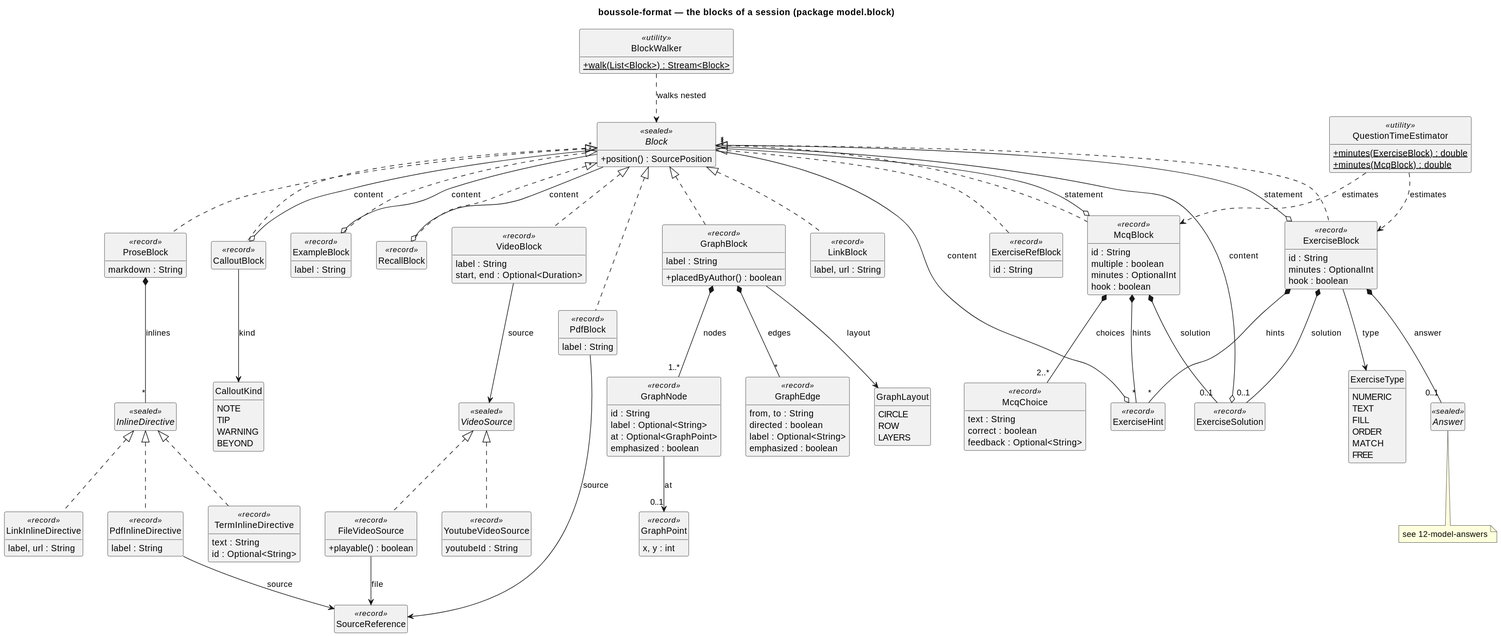
lucasssoh/Boussole keeps this PlantUML diagram as docs/diagrams/11-model-blocks.svg. Above is the earlier version. Source of this version:
```plantuml
@startuml
skinparam packageStyle rectangle
skinparam classAttributeIconSize 0
skinparam nodesep 40
skinparam ranksep 50
hide empty members
hide circle
title boussole-format — the blocks of a session (package model.block)

interface Block <<sealed>> {
  +position() : SourcePosition
}
class ProseBlock <<record>> {
  markdown : String
}
interface InlineDirective <<sealed>>
class TermInlineDirective <<record>> {
  text : String
  id : Optional<String>
}
class LinkInlineDirective <<record>> {
  label, url : String
}
class PdfInlineDirective <<record>> {
  label : String
}
class ExampleBlock <<record>> {
  label : String
}
class RecallBlock <<record>>
class CalloutBlock <<record>>
enum CalloutKind {
  NOTE
  TIP
  WARNING
  BEYOND
}
class VideoBlock <<record>> {
  label : String
  start, end : Optional<Duration>
}
interface VideoSource <<sealed>>
class YoutubeVideoSource <<record>> {
  youtubeId : String
}
class FileVideoSource <<record>> {
  +playable() : boolean
}
class PdfBlock <<record>> {
  label : String
}
class LinkBlock <<record>> {
  label, url : String
}
class GraphBlock <<record>> {
  label : String
  +placedByAuthor() : boolean
}
class GraphNode <<record>> {
  id : String
  label : Optional<String>
  at : Optional<GraphPoint>
  emphasized : boolean
}
class GraphEdge <<record>> {
  from, to : String
  directed : boolean
  label : Optional<String>
  emphasized : boolean
}
class GraphPoint <<record>> {
  x, y : int
}
enum GraphLayout {
  CIRCLE
  ROW
  LAYERS
}
class ExerciseBlock <<record>> {
  id : String
  minutes : OptionalInt
  hook : boolean
}
enum ExerciseType {
  NUMERIC
  TEXT
  FILL
  ORDER
  MATCH
  FREE
}
class McqBlock <<record>> {
  id : String
  multiple : boolean
  minutes : OptionalInt
  hook : boolean
}
class McqChoice <<record>> {
  text : String
  correct : boolean
  feedback : Optional<String>
}
class ExerciseHint <<record>>
class ExerciseSolution <<record>>
class ExerciseRefBlock <<record>> {
  id : String
}
class BlockWalker <<utility>> {
  +{static} walk(List<Block>) : Stream<Block>
}
class QuestionTimeEstimator <<utility>> {
  +{static} minutes(ExerciseBlock) : double
  +{static} minutes(McqBlock) : double
}
class SourceReference <<record>>
interface Answer <<sealed>>
note bottom of Answer : see 12-model-answers

Block <|.. ProseBlock
Block <|.. ExampleBlock
Block <|.. RecallBlock
Block <|.. CalloutBlock
Block <|.. VideoBlock
VideoBlock --> VideoSource : source
VideoSource <|.. YoutubeVideoSource
VideoSource <|.. FileVideoSource
FileVideoSource --> SourceReference : file
Block <|.. PdfBlock
Block <|.. GraphBlock
Block <|.. LinkBlock
GraphBlock *-- "1..*" GraphNode : nodes
GraphBlock *-- "*" GraphEdge : edges
GraphBlock --> GraphLayout : layout
GraphNode --> "0..1" GraphPoint : at
Block <|.. ExerciseBlock
Block <|.. McqBlock
Block <|.. ExerciseRefBlock

ProseBlock *-- "*" InlineDirective : inlines
InlineDirective <|.. TermInlineDirective
InlineDirective <|.. PdfInlineDirective
InlineDirective <|.. LinkInlineDirective
PdfInlineDirective --> SourceReference : source
PdfBlock --> SourceReference : source

ExampleBlock o-- "*" Block : content
RecallBlock o-- "*" Block : content
CalloutBlock o-- "*" Block : content
CalloutBlock --> CalloutKind : kind

ExerciseBlock --> ExerciseType : type
ExerciseBlock o-- "*" Block : statement
ExerciseBlock *-- "0..1" Answer : answer
ExerciseBlock *-- "*" ExerciseHint : hints
ExerciseBlock *-- "0..1" ExerciseSolution : solution
McqBlock o-- "*" Block : statement
McqBlock *-- "2..*" McqChoice : choices
McqBlock *-- "*" ExerciseHint : hints
McqBlock *-- "0..1" ExerciseSolution : solution
ExerciseHint o-- "*" Block : content
ExerciseSolution o-- "*" Block : content

BlockWalker ..> Block : walks nested
QuestionTimeEstimator ..> ExerciseBlock : estimates
QuestionTimeEstimator ..> McqBlock : estimates
@enduml
```
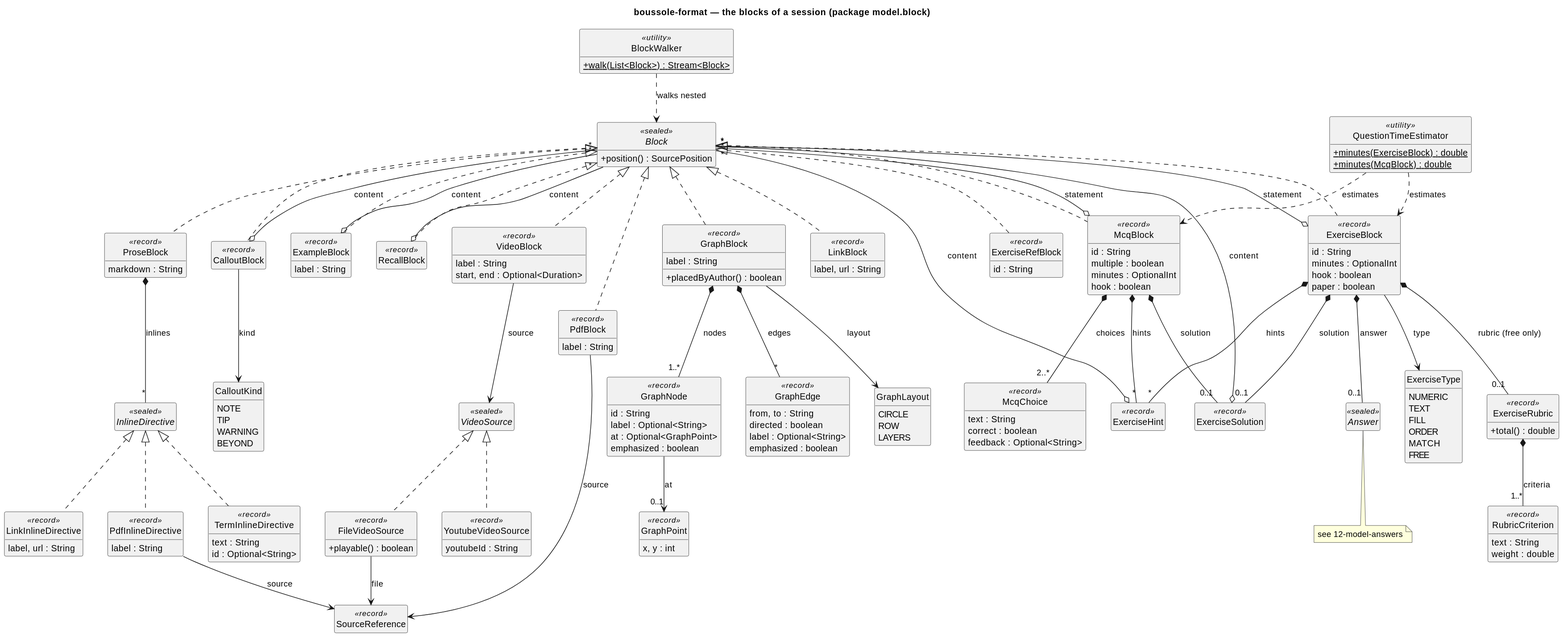
Later version of the same file.

Change to the diagram source:
```diff
@@ -80,6 +80,7 @@
   id : String
   minutes : OptionalInt
   hook : boolean
+  paper : boolean
 }
 enum ExerciseType {
   NUMERIC
@@ -102,6 +103,13 @@
 }
 class ExerciseHint <<record>>
 class ExerciseSolution <<record>>
+class ExerciseRubric <<record>> {
+  +total() : double
+}
+class RubricCriterion <<record>> {
+  text : String
+  weight : double
+}
 class ExerciseRefBlock <<record>> {
   id : String
 }
@@ -153,6 +161,8 @@
 ExerciseBlock *-- "0..1" Answer : answer
 ExerciseBlock *-- "*" ExerciseHint : hints
 ExerciseBlock *-- "0..1" ExerciseSolution : solution
+ExerciseBlock *-- "0..1" ExerciseRubric : rubric (free only)
+ExerciseRubric *-- "1..*" RubricCriterion : criteria
 McqBlock o-- "*" Block : statement
 McqBlock *-- "2..*" McqChoice : choices
 McqBlock *-- "*" ExerciseHint : hints
```
